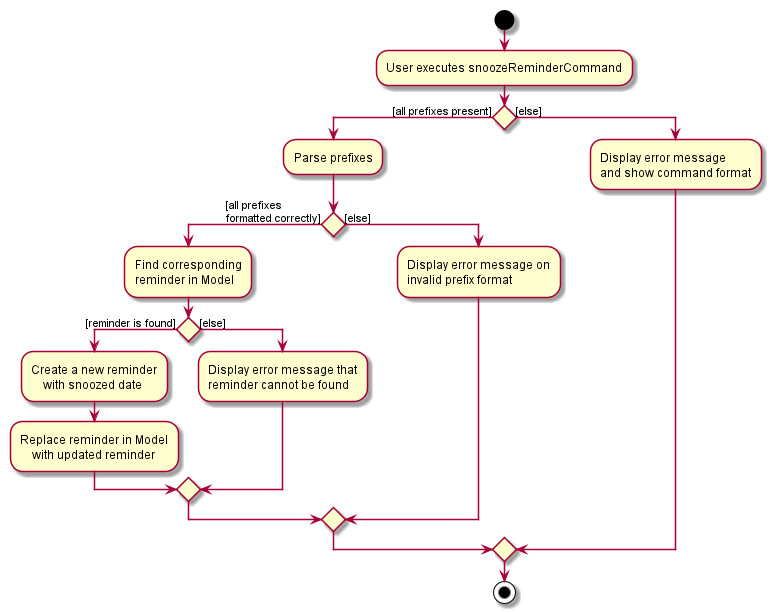
Before: images/SnoozeReminderActivityDiagram.png, a diagram exported from PlantUML (AY1920-CS2103-W15-3/addressbook-level3). The source it was exported from:
```plantuml
@startuml
start
:User executes snoozeReminderCommand;


if () then ([all prefixes present])
    :Parse prefixes;
    if () then (    [all prefixes
    formatted correctly])
        :Find corresponding
        reminder in Model;
        if () then ([reminder is found])
            :Create a new reminder
                with snoozed date;
            :Replace reminder in Model
                with updated reminder;
        else ([else])
            :Display error message that
            reminder cannot be found;
        endif
    else ([else])
        :Display error message on
        invalid prefix format;
    endif
else ([else])
    :Display error message
    and show command format;
endif
stop
@enduml
```
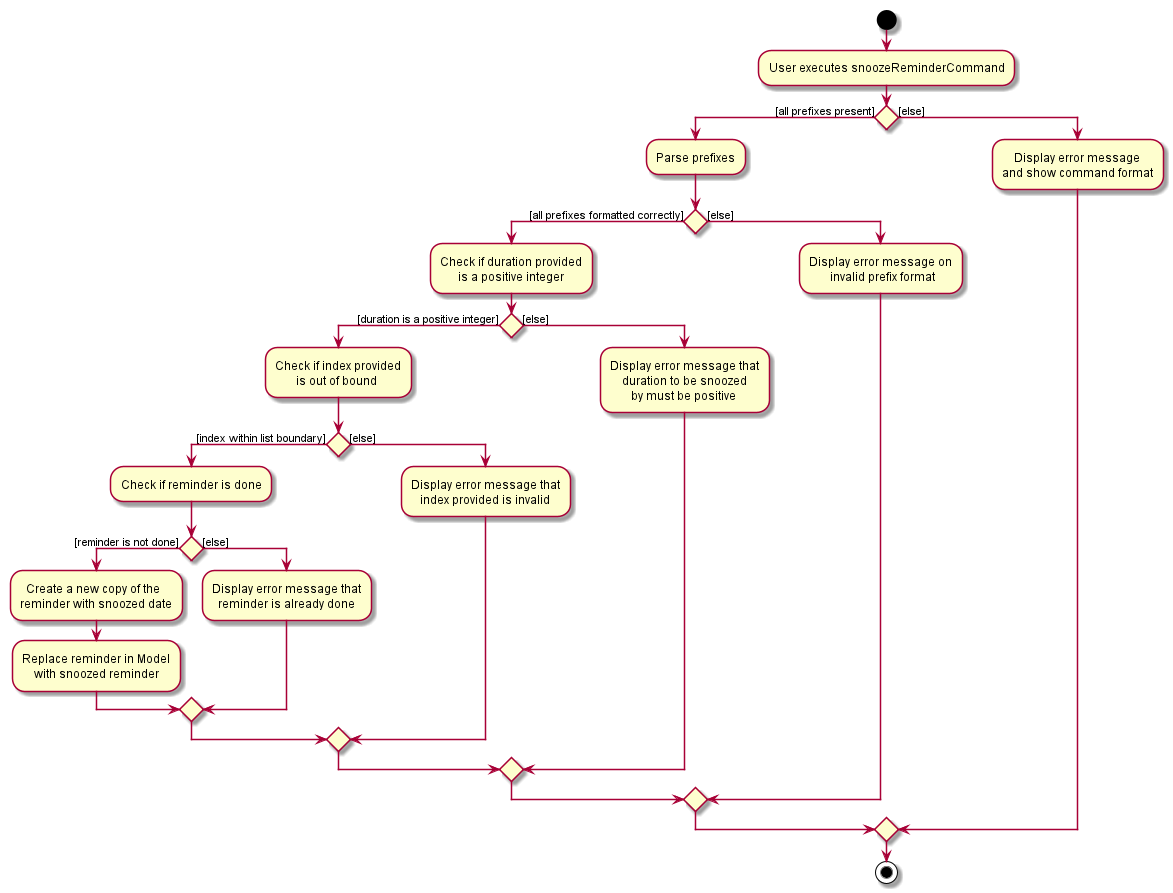
Later version of the same file.

Diff of the diagram source:
```diff
@@ -5,25 +5,38 @@
 
 if () then ([all prefixes present])
     :Parse prefixes;
-    if () then (    [all prefixes
-    formatted correctly])
-        :Find corresponding
-        reminder in Model;
-        if () then ([reminder is found])
-            :Create a new reminder
-                with snoozed date;
-            :Replace reminder in Model
-                with updated reminder;
+    if () then ([all prefixes formatted correctly])
+        :Check if duration provided
+              is a positive integer;
+        if () then ([duration is a positive integer])
+            :Check if index provided
+                   is out of bound;
+                if () then ([index within list boundary])
+                :Check if reminder is done;
+                    if () then ([reminder is not done])
+                    :  Create a new copy of the
+                    reminder with snoozed date;
+                    :Replace reminder in Model
+                        with snoozed reminder;
+                    else ([else])
+                        :Display error message that
+                          reminder is already done;
+                    endif
+                else ([else])
+                    :Display error message that
+                       index provided is invalid;
+                endif
         else ([else])
             :Display error message that
-            reminder cannot be found;
+                duration to be snoozed
+                   by must be positive;
         endif
     else ([else])
         :Display error message on
-        invalid prefix format;
+               invalid prefix format;
     endif
 else ([else])
-    :Display error message
+    :    Display error message
     and show command format;
 endif
 stop
```
